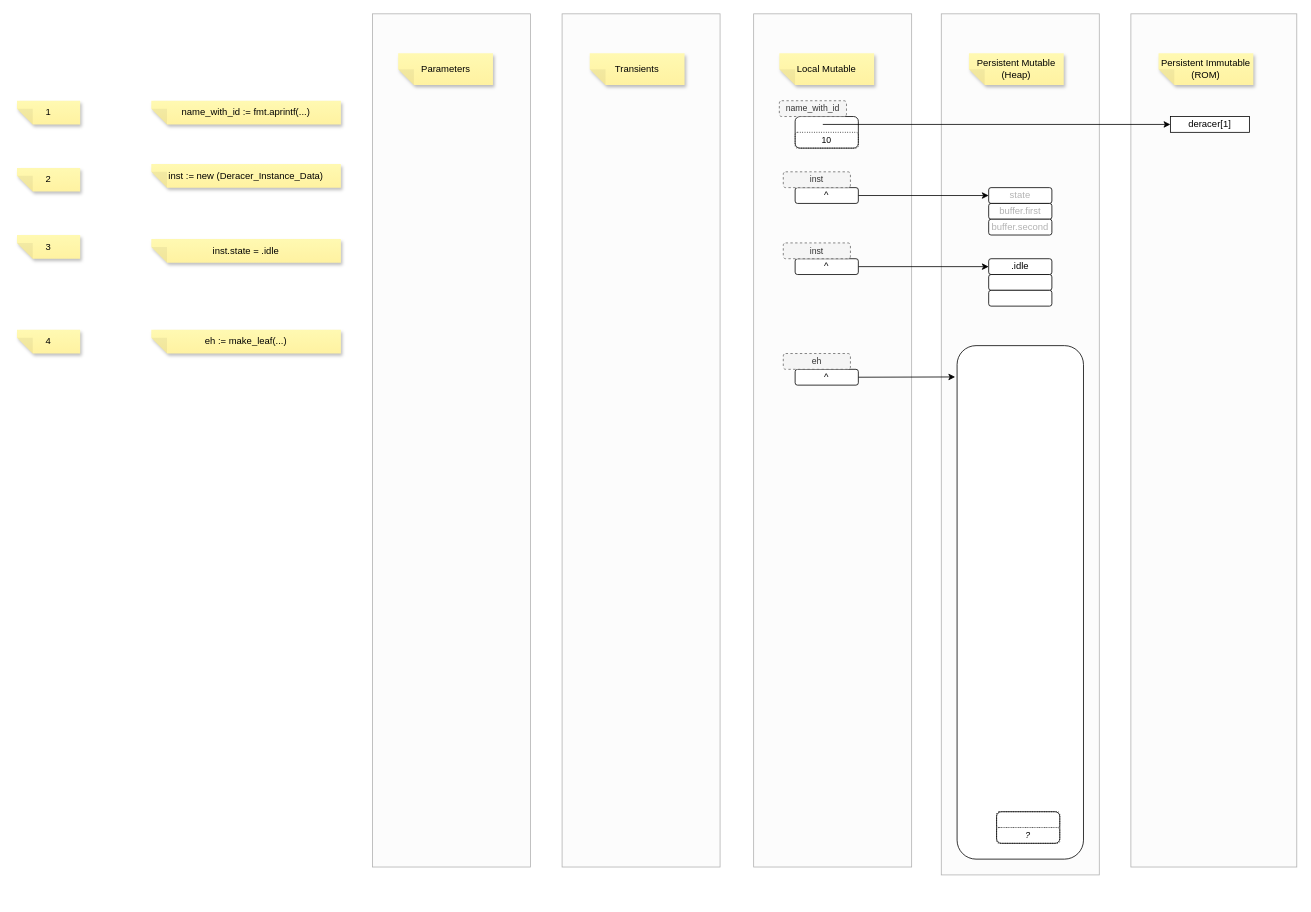
This is page "all" (1 of 7) of leaf0d/leaf0d.drawio from guitarvydas/find-and-replace, a draw.io file, before an edit. Source tidied: cells renumbered, new cells numbered last; positions are measured from the earlier drawing's top-left corner, leaving out a move shared by most shapes. Both pictures are drawn from the tidied source at 79%, with x=0, y=0 at pixel (17, 13).
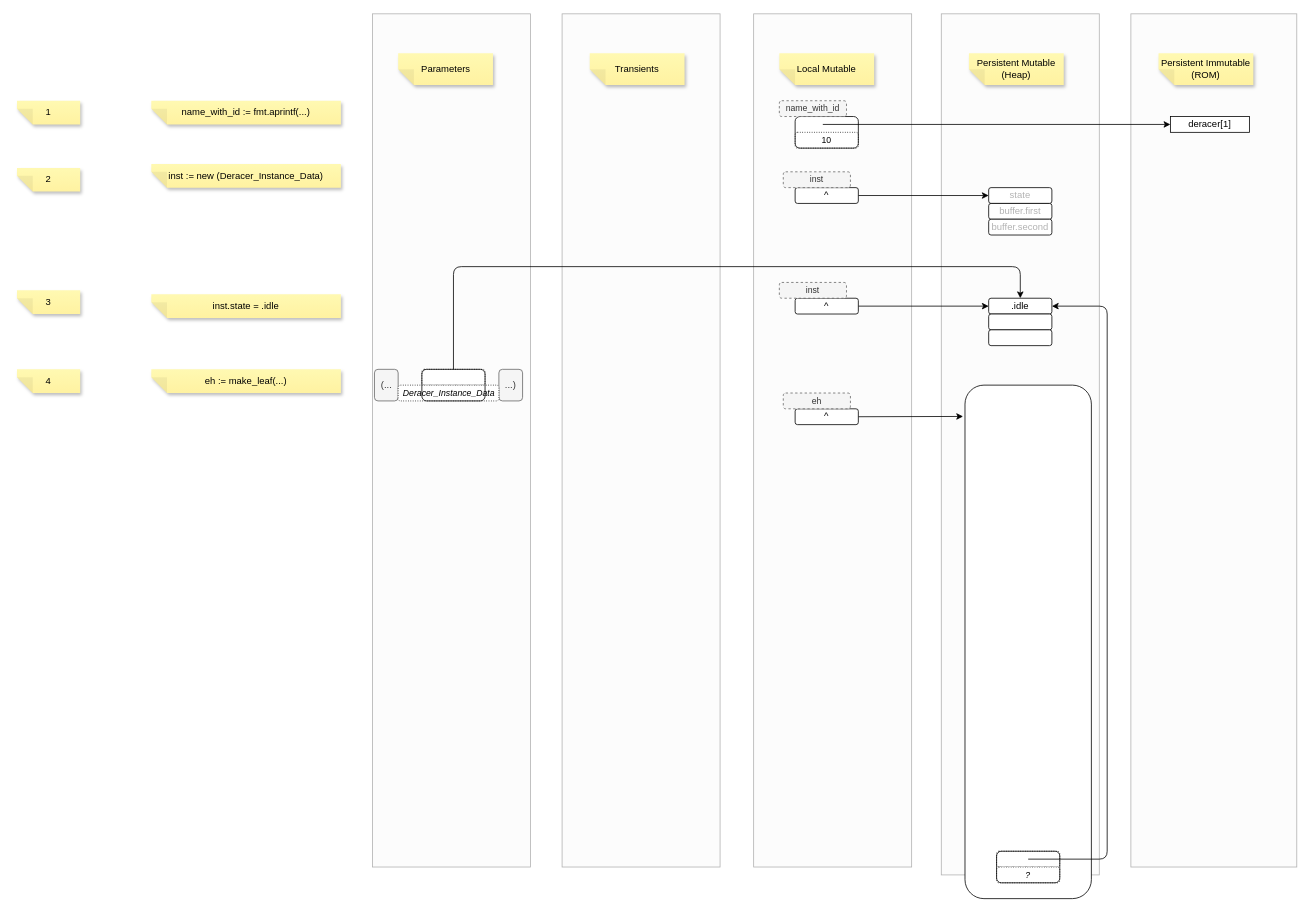
After the change.

Change to the diagram source:
```diff
@@
     <mxCell id="25" value=".idle" style="rounded=1;whiteSpace=wrap;html=1;" parent="1" vertex="1">
-      <mxGeometry x="1230" y="310" width="80" height="20" as="geometry" />
+      <mxGeometry x="1230" y="360" width="80" height="20" as="geometry" />
     </mxCell>
     <mxCell id="26" style="rounded=1;whiteSpace=wrap;html=1;textOpacity=30;" parent="1" vertex="1">
-      <mxGeometry x="1230" y="330" width="80" height="20" as="geometry" />
+      <mxGeometry x="1230" y="380" width="80" height="20" as="geometry" />
     </mxCell>
     <mxCell id="27" style="rounded=1;whiteSpace=wrap;html=1;textOpacity=30;" parent="1" vertex="1">
-      <mxGeometry x="1230" y="350" width="80" height="20" as="geometry" />
+      <mxGeometry x="1230" y="400" width="80" height="20" as="geometry" />
     </mxCell>
@@
     <mxCell id="29" value="^" style="rounded=1;whiteSpace=wrap;html=1;" parent="1" vertex="1">
-      <mxGeometry x="985" y="310" width="80" height="20" as="geometry" />
+      <mxGeometry x="985" y="360" width="80" height="20" as="geometry" />
     </mxCell>
     <mxCell id="30" value="inst" style="rounded=1;whiteSpace=wrap;html=1;fontFamily=Helvetica;fontSize=11;fontColor=#333333;dashed=1;fillColor=#f5f5f5;strokeColor=#666666;" parent="1" vertex="1">
-      <mxGeometry x="970" y="290" width="85" height="20" as="geometry" />
+      <mxGeometry x="965" y="340" width="85" height="20" as="geometry" />
     </mxCell>
@@
     <mxCell id="32" value="inst.state = .idle" style="shape=note;whiteSpace=wrap;html=1;backgroundOutline=1;fontColor=#000000;darkOpacity=0.05;fillColor=#FFF9B2;strokeColor=none;fillStyle=solid;direction=west;gradientDirection=north;gradientColor=#FFF2A1;shadow=1;size=20;" parent="1" vertex="1">
-      <mxGeometry x="170" y="285" width="240" height="30" as="geometry" />
+      <mxGeometry x="170" y="355" width="240" height="30" as="geometry" />
     </mxCell>
     <mxCell id="33" style="edgeStyle=orthogonalEdgeStyle;rounded=0;jettySize=auto;html=1;exitX=1;exitY=0.5;exitDx=0;exitDy=0;entryX=-0.015;entryY=0.061;entryDx=0;entryDy=0;entryPerimeter=0;" parent="1" edge="1" source="34" target="37">
       <mxGeometry relative="1" as="geometry">
         <Array as="points">
-          <mxPoint x="1065" y="460" />
+          <mxPoint x="1065" y="510" />
         </Array>
       </mxGeometry>
     </mxCell>
     <mxCell id="34" value="^" style="rounded=1;whiteSpace=wrap;html=1;" parent="1" vertex="1">
-      <mxGeometry x="985" y="450" width="80" height="20" as="geometry" />
+      <mxGeometry x="985" y="500" width="80" height="20" as="geometry" />
     </mxCell>
     <mxCell id="35" value="eh" style="rounded=1;whiteSpace=wrap;html=1;fontFamily=Helvetica;fontSize=11;fontColor=#333333;dashed=1;fillColor=#f5f5f5;strokeColor=#666666;" parent="1" vertex="1">
-      <mxGeometry x="970" y="430" width="85" height="20" as="geometry" />
+      <mxGeometry x="970" y="480" width="85" height="20" as="geometry" />
     </mxCell>
     <mxCell id="36" value="eh := make_leaf(...)" style="shape=note;whiteSpace=wrap;html=1;backgroundOutline=1;fontColor=#000000;darkOpacity=0.05;fillColor=#FFF9B2;strokeColor=none;fillStyle=solid;direction=west;gradientDirection=north;gradientColor=#FFF2A1;shadow=1;size=20;" parent="1" vertex="1">
-      <mxGeometry x="170" y="400" width="240" height="30" as="geometry" />
+      <mxGeometry x="170" y="450" width="240" height="30" as="geometry" />
     </mxCell>
     <mxCell id="37" style="rounded=1;whiteSpace=wrap;html=1;" parent="1" vertex="1">
-      <mxGeometry x="1190" y="420" width="160" height="650" as="geometry" />
+      <mxGeometry x="1200" y="470" width="160" height="650" as="geometry" />
     </mxCell>
     <mxCell id="38" style="rounded=1;whiteSpace=wrap;html=1;fontFamily=Helvetica;fontSize=11;fontColor=default;strokeColor=default;perimeterSpacing=0;dashed=1;dashPattern=1 2;" parent="1" vertex="1">
-      <mxGeometry x="1240" y="1010" width="80" height="20" as="geometry" />
+      <mxGeometry x="1240" y="1060" width="80" height="20" as="geometry" />
     </mxCell>
     <mxCell id="39" value="?" style="rounded=1;whiteSpace=wrap;html=1;fontFamily=Helvetica;fontSize=11;fontColor=default;strokeColor=default;perimeterSpacing=0;dashed=1;dashPattern=1 2;fontStyle=2;" parent="1" vertex="1">
-      <mxGeometry x="1240" y="1030" width="80" height="20" as="geometry" />
+      <mxGeometry x="1240" y="1080" width="80" height="20" as="geometry" />
     </mxCell>
+    <mxCell id="45" style="edgeStyle=orthogonalEdgeStyle;rounded=1;jettySize=auto;html=1;exitX=0.5;exitY=0.25;exitDx=0;exitDy=0;entryX=1;entryY=0.5;entryDx=0;entryDy=0;exitPerimeter=0;" parent="1" edge="1" source="40" target="25">
+      <mxGeometry relative="1" as="geometry">
+        <Array as="points">
+          <mxPoint x="1380" y="1070" />
+          <mxPoint x="1380" y="370" />
+        </Array>
+      </mxGeometry>
+    </mxCell>
     <mxCell id="40" style="rounded=1;whiteSpace=wrap;html=1;fontFamily=Helvetica;fontSize=11;fillColor=none;" parent="1" vertex="1">
-      <mxGeometry x="1240" y="1010" width="80" height="40" as="geometry" />
+      <mxGeometry x="1240" y="1060" width="80" height="40" as="geometry" />
     </mxCell>
@@
     <mxCell id="43" value="3" style="shape=note;whiteSpace=wrap;html=1;backgroundOutline=1;fontColor=#000000;darkOpacity=0.05;fillColor=#FFF9B2;strokeColor=none;fillStyle=solid;direction=west;gradientDirection=north;gradientColor=#FFF2A1;shadow=1;size=20;" parent="1" vertex="1">
-      <mxGeometry y="280" width="80" height="30" as="geometry" />
+      <mxGeometry y="350" width="80" height="30" as="geometry" />
     </mxCell>
     <mxCell id="44" value="4" style="shape=note;whiteSpace=wrap;html=1;backgroundOutline=1;fontColor=#000000;darkOpacity=0.05;fillColor=#FFF9B2;strokeColor=none;fillStyle=solid;direction=west;gradientDirection=north;gradientColor=#FFF2A1;shadow=1;size=20;" parent="1" vertex="1">
-      <mxGeometry y="400" width="80" height="30" as="geometry" />
+      <mxGeometry y="450" width="80" height="30" as="geometry" />
     </mxCell>
+    <mxCell id="46" style="rounded=1;whiteSpace=wrap;html=1;fontFamily=Helvetica;fontSize=11;fontColor=default;strokeColor=default;perimeterSpacing=0;dashed=1;dashPattern=1 2;" parent="1" vertex="1">
+      <mxGeometry x="512.5" y="450" width="80" height="20" as="geometry" />
+    </mxCell>
+    <mxCell id="47" value="...)" style="rounded=1;whiteSpace=wrap;html=1;fillColor=#f5f5f5;fontColor=#333333;strokeColor=#666666;" parent="1" vertex="1">
+      <mxGeometry x="610" y="450" width="30" height="40" as="geometry" />
+    </mxCell>
+    <mxCell id="48" value="(..." style="rounded=1;whiteSpace=wrap;html=1;fillColor=#f5f5f5;fontColor=#333333;strokeColor=#666666;" parent="1" vertex="1">
+      <mxGeometry x="452.5" y="450" width="30" height="40" as="geometry" />
+    </mxCell>
+    <mxCell id="49" style="edgeStyle=orthogonalEdgeStyle;rounded=1;jettySize=auto;html=1;exitX=0.5;exitY=0;exitDx=0;exitDy=0;entryX=0.5;entryY=0;entryDx=0;entryDy=0;" parent="1" edge="1" source="51" target="25">
+      <mxGeometry relative="1" as="geometry">
+        <Array as="points">
+          <mxPoint x="553" y="320" />
+          <mxPoint x="1270" y="320" />
+        </Array>
+      </mxGeometry>
+    </mxCell>
+    <mxCell id="50" value="Deracer_Instance_Data" style="rounded=1;whiteSpace=wrap;html=1;fontFamily=Helvetica;fontSize=11;fontColor=default;strokeColor=default;perimeterSpacing=0;dashed=1;dashPattern=1 2;fontStyle=2;" parent="1" vertex="1">
+      <mxGeometry x="482.5" y="470" width="127.5" height="20" as="geometry" />
+    </mxCell>
+    <mxCell id="51" style="rounded=1;whiteSpace=wrap;html=1;fontFamily=Helvetica;fontSize=11;fillColor=none;" parent="1" vertex="1">
+      <mxGeometry x="512.5" y="450" width="80" height="40" as="geometry" />
+    </mxCell>
```
